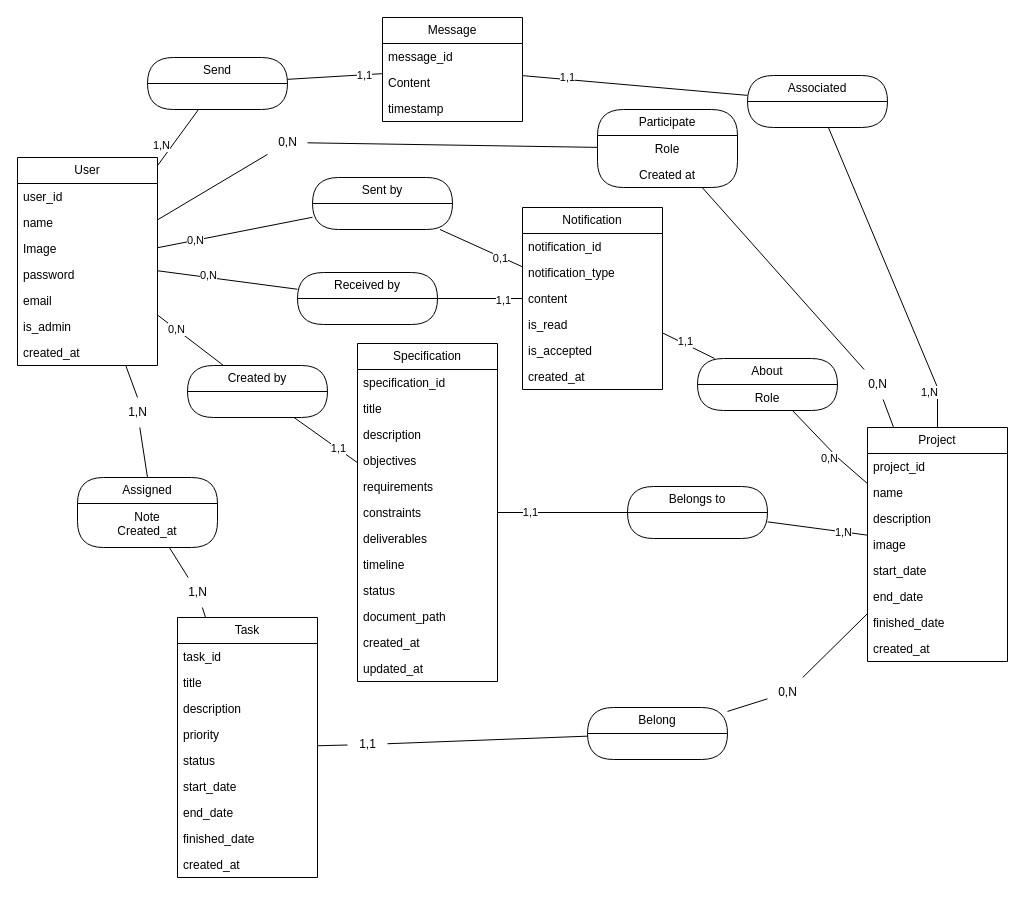
The draw.io diagram Conception/BD/MCD de Mashru3.drawio in haki24gamer/Mashru3, before the edit. Source tidied: cells renumbered, new cells numbered last; positions are measured from the earlier drawing's top-left corner, leaving out a move shared by most shapes. Both pictures are drawn from the tidied source at 100%, with x=0, y=0 at pixel (17, 17).
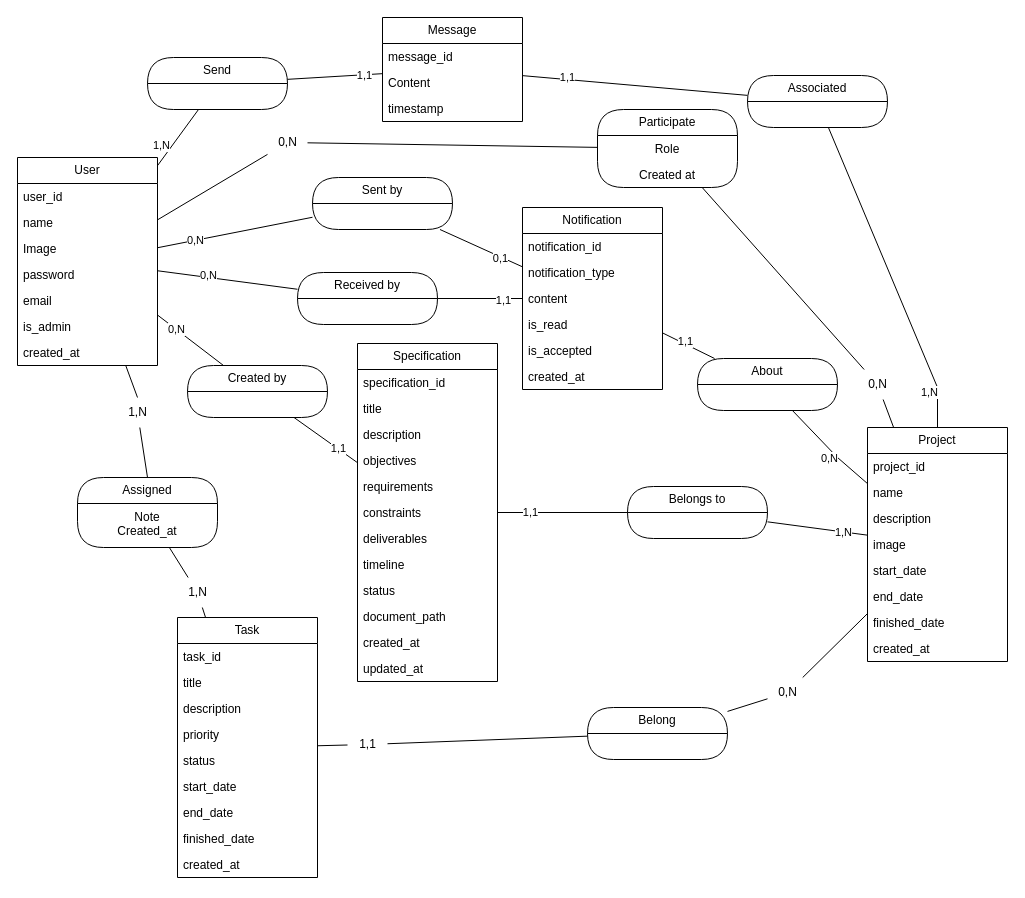
The same diagram, later.

Commit message (it also covers changes not shown here):
modified:   Conception/BD/.$MCD de Mashru3.drawio.bkp 	modified:   Conception/BD/MCD de Mashru3.drawio 	modified:   Conception/BD/MCD de Mashru3.png

Unchanged cells that the change refers to:
```xml
<mxCell id="81" value="About" style="swimlane;fontStyle=0;horizontal=1;startSize=26;fillColor=none;whiteSpace=wrap;html=1;rounded=1;arcSize=39;" parent="1" vertex="1">
  <mxGeometry x="680" y="341" width="140" height="52" as="geometry" />
</mxCell>
```

What changed in the source:
```diff
@@
-<mxGraphModel>
+<mxGraphModel background="#ffffff">
@@
-    <mxCell id="82" value="Role" style="text;strokeColor=none;fillColor=none;align=center;verticalAlign=top;spacingLeft=4;spacingRight=4;overflow=hidden;whiteSpace=wrap;html=1;" parent="81" vertex="1">
-      <mxGeometry y="26" width="140" height="26" as="geometry" />
-    </mxCell>
```
